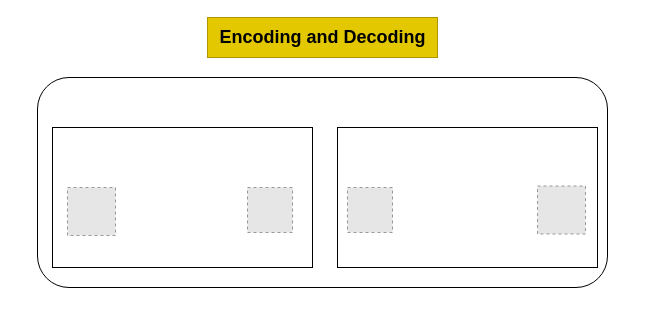
Above: Untitled Diagram.drawio in Pratiyush/shared-docs (draw.io), before the change. Source tidied: cells renumbered, new cells numbered last; positions are measured from the earlier drawing's top-left corner, leaving out a move shared by most shapes. Both pictures are drawn from the tidied source at 100%, with x=0, y=0 at pixel (37, 17). Pictures stored in the file or linked from it are replaced by grey dashed boxes.
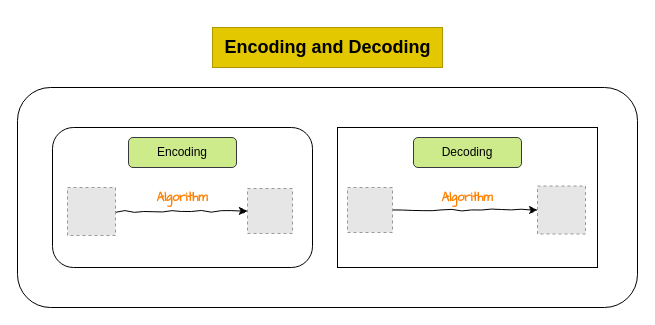
The same page after the edit.

Change to the diagram source:
```diff
@@
 <mxGraphModel>
   <root>
     <mxCell id="0" />
     <mxCell id="1" parent="0" />
     <mxCell id="2" style="rounded=1;whiteSpace=wrap;html=1;" parent="1" vertex="1">
-      <mxGeometry y="60" width="570" height="210" as="geometry" />
+      <mxGeometry x="-20" y="70" width="620" height="220" as="geometry" />
     </mxCell>
     <mxCell id="3" value="&lt;b&gt;&lt;font style=&quot;font-size: 18px;&quot;&gt;Encoding and Decoding&lt;/font&gt;&lt;/b&gt;" style="text;html=1;align=center;verticalAlign=middle;strokeColor=#B09500;fillColor=#e3c800;fontColor=#000000;" parent="1" vertex="1">
-      <mxGeometry x="170" width="230" height="40" as="geometry" />
+      <mxGeometry x="175" y="10" width="230" height="40" as="geometry" />
     </mxCell>
-    <mxCell id="4" style="rounded=0;whiteSpace=wrap;html=1;" parent="1" vertex="1">
+    <mxCell id="4" value="&lt;b style=&quot;border-color: var(--border-color); color: rgb(255, 128, 0); font-family: &amp;quot;Comic Sans MS&amp;quot;;&quot;&gt;Algorithm&lt;/b&gt;" style="rounded=1;whiteSpace=wrap;html=1;" parent="1" vertex="1">
       <mxGeometry x="15" y="110" width="260" height="140" as="geometry" />
     </mxCell>
-    <mxCell id="5" style="rounded=0;whiteSpace=wrap;html=1;" parent="1" vertex="1">
+    <mxCell id="5" value="&lt;b style=&quot;border-color: var(--border-color); color: rgb(255, 128, 0); font-family: &amp;quot;Comic Sans MS&amp;quot;;&quot;&gt;Algorithm&lt;/b&gt;" style="rounded=0;whiteSpace=wrap;html=1;" parent="1" vertex="1">
       <mxGeometry x="300" y="110" width="260" height="140" as="geometry" />
     </mxCell>
+    <mxCell id="10" style="edgeStyle=orthogonalEdgeStyle;rounded=0;jettySize=auto;html=1;exitX=1;exitY=0.5;exitDx=0;exitDy=0;flowAnimation=1;noJump=0;orthogonal=0;comic=1;" parent="1" edge="1" source="6" target="7">
+      <mxGeometry relative="1" as="geometry" />
+    </mxCell>
     <mxCell id="6" style="fillColor=#E6E6E6;strokeColor=#999999;dashed=1;html=1;verticalAlign=top;verticalLabelPosition=bottom;labelBackgroundColor=#ffffff;" parent="1" vertex="1">
       <mxGeometry x="30" y="170" width="48" height="48" as="geometry" />
     </mxCell>
     <mxCell id="7" style="fillColor=#E6E6E6;strokeColor=#999999;dashed=1;verticalLabelPosition=bottom;labelBackgroundColor=default;verticalAlign=top;" parent="1" vertex="1">
-      <mxGeometry x="210" y="170" width="45" height="45" as="geometry" />
+      <mxGeometry x="210" y="171" width="45" height="45" as="geometry" />
     </mxCell>
+    <mxCell id="11" style="edgeStyle=orthogonalEdgeStyle;rounded=0;jettySize=auto;html=1;exitX=1;exitY=0.5;exitDx=0;exitDy=0;entryX=0;entryY=0.5;entryDx=0;entryDy=0;flowAnimation=1;comic=1;orthogonal=1;enumerate=0;" parent="1" edge="1" source="8" target="9">
+      <mxGeometry relative="1" as="geometry" />
+    </mxCell>
     <mxCell id="8" style="fillColor=#E6E6E6;strokeColor=#999999;dashed=1;verticalLabelPosition=bottom;labelBackgroundColor=default;verticalAlign=top;" parent="1" vertex="1">
       <mxGeometry x="310" y="170" width="45" height="45" as="geometry" />
     </mxCell>
     <mxCell id="9" style="fillColor=#E6E6E6;strokeColor=#999999;dashed=1;html=1;verticalAlign=top;verticalLabelPosition=bottom;labelBackgroundColor=#ffffff;" parent="1" vertex="1">
       <mxGeometry x="500" y="168.5" width="48" height="48" as="geometry" />
     </mxCell>
+    <mxCell id="12" value="Encoding" style="rounded=1;whiteSpace=wrap;html=1;fillColor=#cdeb8b;strokeColor=#36393d;" parent="1" vertex="1">
+      <mxGeometry x="91" y="120" width="108" height="30" as="geometry" />
+    </mxCell>
+    <mxCell id="13" value="Decoding" style="rounded=1;whiteSpace=wrap;html=1;fillColor=#cdeb8b;strokeColor=#36393d;" parent="1" vertex="1">
+      <mxGeometry x="376" y="120" width="108" height="30" as="geometry" />
+    </mxCell>
   </root>
 </mxGraphModel>
```
